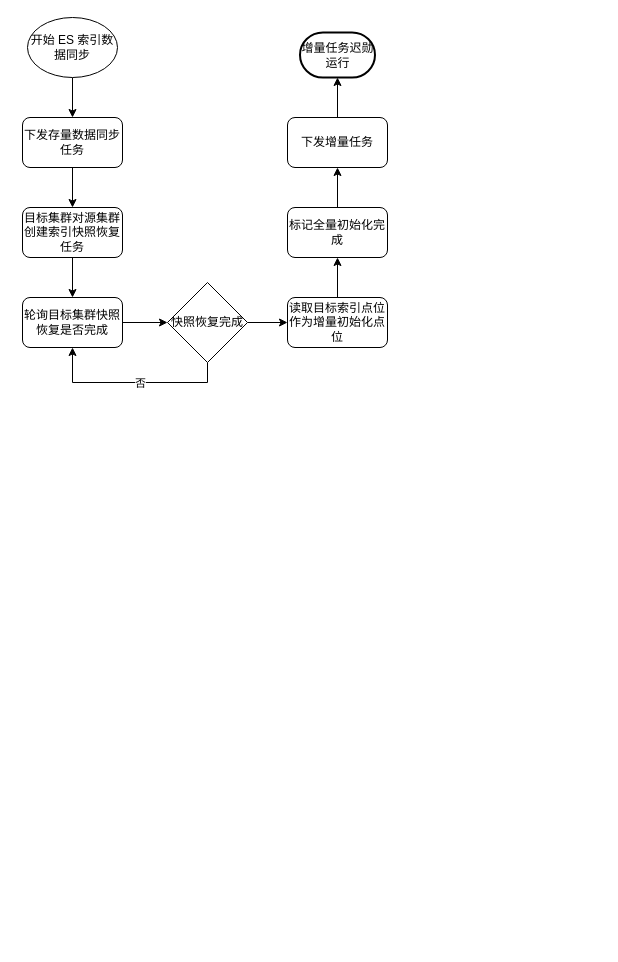
The draw.io diagram dts/es_full.drawio in believezzd/diagrams, before the edit. Source tidied: cells renumbered, new cells numbered last; positions are measured from the earlier drawing's top-left corner, leaving out a move shared by most shapes. Both pictures are drawn from the tidied source at 100%, with x=0, y=0 at pixel (22, 17).
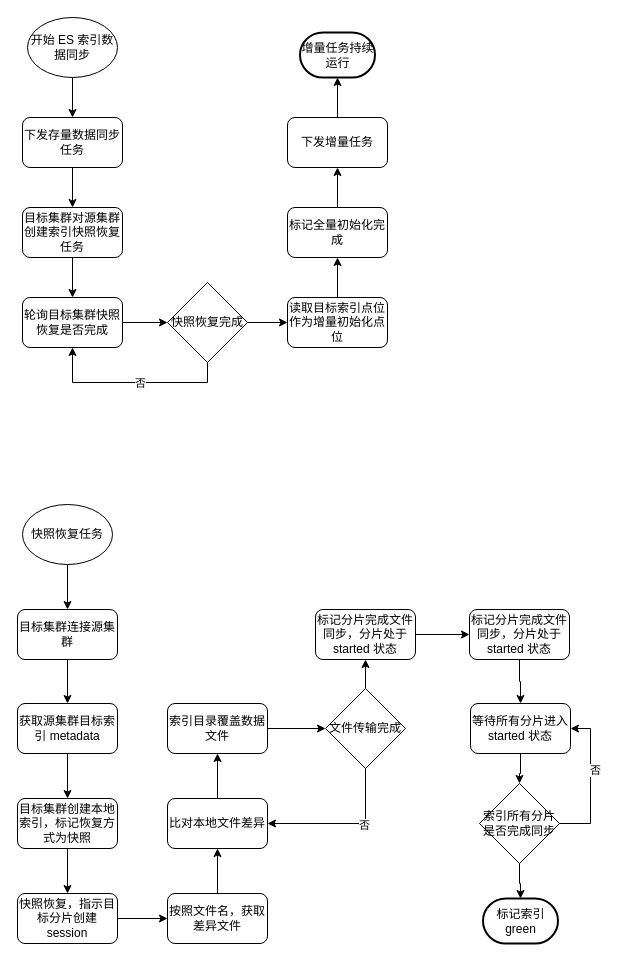
The same diagram, later.

What changed in the source:
```diff
@@
-    <mxCell id="20" value="增量任务迟勋运行" style="strokeWidth=2;html=1;shape=mxgraph.flowchart.terminator;whiteSpace=wrap;" parent="1" vertex="1">
+    <mxCell id="20" value="增量任务持续运行" style="strokeWidth=2;html=1;shape=mxgraph.flowchart.terminator;whiteSpace=wrap;" parent="1" vertex="1">
       <mxGeometry x="277.5" y="15" width="75" height="45" as="geometry" />
     </mxCell>
+    <mxCell id="21" style="edgeStyle=orthogonalEdgeStyle;rounded=0;jettySize=auto;html=1;" parent="1" edge="1" source="22" target="24">
+      <mxGeometry relative="1" as="geometry" />
+    </mxCell>
+    <mxCell id="22" value="快照恢复任务" style="ellipse;whiteSpace=wrap;html=1;" parent="1" vertex="1">
+      <mxGeometry y="487" width="90" height="60" as="geometry" />
+    </mxCell>
+    <mxCell id="23" style="edgeStyle=orthogonalEdgeStyle;rounded=0;jettySize=auto;html=1;" parent="1" edge="1" source="24" target="26">
+      <mxGeometry relative="1" as="geometry" />
+    </mxCell>
+    <mxCell id="24" value="目标集群连接源集群" style="rounded=1;whiteSpace=wrap;html=1;" parent="1" vertex="1">
+      <mxGeometry x="-5" y="592" width="100" height="50" as="geometry" />
+    </mxCell>
+    <mxCell id="25" style="edgeStyle=orthogonalEdgeStyle;rounded=0;jettySize=auto;html=1;" parent="1" edge="1" source="26" target="28">
+      <mxGeometry relative="1" as="geometry" />
+    </mxCell>
+    <mxCell id="26" value="获取源集群目标索引 metadata" style="rounded=1;whiteSpace=wrap;html=1;" parent="1" vertex="1">
+      <mxGeometry x="-5" y="686" width="100" height="50" as="geometry" />
+    </mxCell>
+    <mxCell id="27" style="edgeStyle=orthogonalEdgeStyle;rounded=0;jettySize=auto;html=1;" parent="1" edge="1" source="28" target="30">
+      <mxGeometry relative="1" as="geometry" />
+    </mxCell>
+    <mxCell id="28" value="目标集群创建本地索引，标记恢复方式为快照" style="rounded=1;whiteSpace=wrap;html=1;" parent="1" vertex="1">
+      <mxGeometry x="-5" y="781" width="100" height="50" as="geometry" />
+    </mxCell>
+    <mxCell id="29" style="edgeStyle=orthogonalEdgeStyle;rounded=0;jettySize=auto;html=1;" parent="1" edge="1" source="30" target="34">
+      <mxGeometry relative="1" as="geometry" />
+    </mxCell>
+    <mxCell id="30" value="快照恢复，指示目标分片创建 session" style="rounded=1;whiteSpace=wrap;html=1;" parent="1" vertex="1">
+      <mxGeometry x="-5" y="876" width="100" height="50" as="geometry" />
+    </mxCell>
+    <mxCell id="31" style="edgeStyle=orthogonalEdgeStyle;rounded=0;jettySize=auto;html=1;" parent="1" edge="1" source="32" target="36">
+      <mxGeometry relative="1" as="geometry" />
+    </mxCell>
+    <mxCell id="32" value="比对本地文件差异" style="rounded=1;whiteSpace=wrap;html=1;" parent="1" vertex="1">
+      <mxGeometry x="145" y="781" width="100" height="50" as="geometry" />
+    </mxCell>
+    <mxCell id="33" style="edgeStyle=orthogonalEdgeStyle;rounded=0;jettySize=auto;html=1;" parent="1" edge="1" source="34" target="32">
+      <mxGeometry relative="1" as="geometry" />
+    </mxCell>
+    <mxCell id="34" value="按照文件名，获取差异文件" style="rounded=1;whiteSpace=wrap;html=1;" parent="1" vertex="1">
+      <mxGeometry x="145" y="876" width="100" height="50" as="geometry" />
+    </mxCell>
+    <mxCell id="35" style="edgeStyle=orthogonalEdgeStyle;rounded=0;jettySize=auto;html=1;" parent="1" edge="1" source="36" target="42">
+      <mxGeometry relative="1" as="geometry" />
+    </mxCell>
+    <mxCell id="36" value="索引目录覆盖数据文件" style="rounded=1;whiteSpace=wrap;html=1;" parent="1" vertex="1">
+      <mxGeometry x="145" y="686" width="100" height="50" as="geometry" />
+    </mxCell>
+    <mxCell id="37" style="edgeStyle=orthogonalEdgeStyle;rounded=0;jettySize=auto;html=1;" parent="1" edge="1" source="38" target="49">
+      <mxGeometry relative="1" as="geometry" />
+    </mxCell>
+    <mxCell id="38" value="标记分片完成文件同步，分片处于 started 状态" style="rounded=1;whiteSpace=wrap;html=1;" parent="1" vertex="1">
+      <mxGeometry x="293" y="592" width="100" height="50" as="geometry" />
+    </mxCell>
+    <mxCell id="39" style="edgeStyle=orthogonalEdgeStyle;rounded=0;jettySize=auto;html=1;entryX=1;entryY=0.5;entryDx=0;entryDy=0;exitX=0.5;exitY=1;exitDx=0;exitDy=0;" parent="1" edge="1" source="42" target="32">
+      <mxGeometry relative="1" as="geometry" />
+    </mxCell>
+    <mxCell id="40" value="否" style="edgeLabel;html=1;align=center;verticalAlign=middle;" parent="39" vertex="1">
+      <mxGeometry x="-0.26" y="1" relative="1" as="geometry" />
+    </mxCell>
+    <mxCell id="41" style="edgeStyle=orthogonalEdgeStyle;rounded=0;jettySize=auto;html=1;" parent="1" edge="1" source="42" target="38">
+      <mxGeometry relative="1" as="geometry" />
+    </mxCell>
+    <mxCell id="42" value="文件传输完成" style="rhombus;whiteSpace=wrap;html=1;" parent="1" vertex="1">
+      <mxGeometry x="303" y="671" width="80" height="80" as="geometry" />
+    </mxCell>
+    <mxCell id="43" style="edgeStyle=orthogonalEdgeStyle;rounded=0;jettySize=auto;html=1;" parent="1" edge="1" source="46" target="47">
+      <mxGeometry relative="1" as="geometry" />
+    </mxCell>
+    <mxCell id="44" style="edgeStyle=orthogonalEdgeStyle;rounded=0;jettySize=auto;html=1;entryX=1;entryY=0.5;entryDx=0;entryDy=0;exitX=1;exitY=0.5;exitDx=0;exitDy=0;" parent="1" edge="1" source="46" target="51">
+      <mxGeometry relative="1" as="geometry" />
+    </mxCell>
+    <mxCell id="45" value="否" style="edgeLabel;html=1;align=center;verticalAlign=middle;" parent="44" vertex="1">
+      <mxGeometry x="0.16" y="-4" relative="1" as="geometry" />
+    </mxCell>
+    <mxCell id="46" value="索引所有分片是否完成同步" style="rhombus;whiteSpace=wrap;html=1;" parent="1" vertex="1">
+      <mxGeometry x="457" y="766" width="80" height="80" as="geometry" />
+    </mxCell>
+    <mxCell id="47" value="标记索引 green" style="strokeWidth=2;html=1;shape=mxgraph.flowchart.terminator;whiteSpace=wrap;" parent="1" vertex="1">
+      <mxGeometry x="460.5" y="881" width="75" height="45" as="geometry" />
+    </mxCell>
+    <mxCell id="48" style="edgeStyle=orthogonalEdgeStyle;rounded=0;jettySize=auto;html=1;" parent="1" edge="1" source="49" target="51">
+      <mxGeometry relative="1" as="geometry" />
+    </mxCell>
+    <mxCell id="49" value="标记分片完成文件同步，分片处于 started 状态" style="rounded=1;whiteSpace=wrap;html=1;" parent="1" vertex="1">
+      <mxGeometry x="447" y="592" width="100" height="50" as="geometry" />
+    </mxCell>
+    <mxCell id="50" style="edgeStyle=orthogonalEdgeStyle;rounded=0;jettySize=auto;html=1;" parent="1" edge="1" source="51" target="46">
+      <mxGeometry relative="1" as="geometry" />
+    </mxCell>
+    <mxCell id="51" value="等待所有分片进入 started 状态" style="rounded=1;whiteSpace=wrap;html=1;" parent="1" vertex="1">
+      <mxGeometry x="448" y="686" width="100" height="50" as="geometry" />
+    </mxCell>
```
